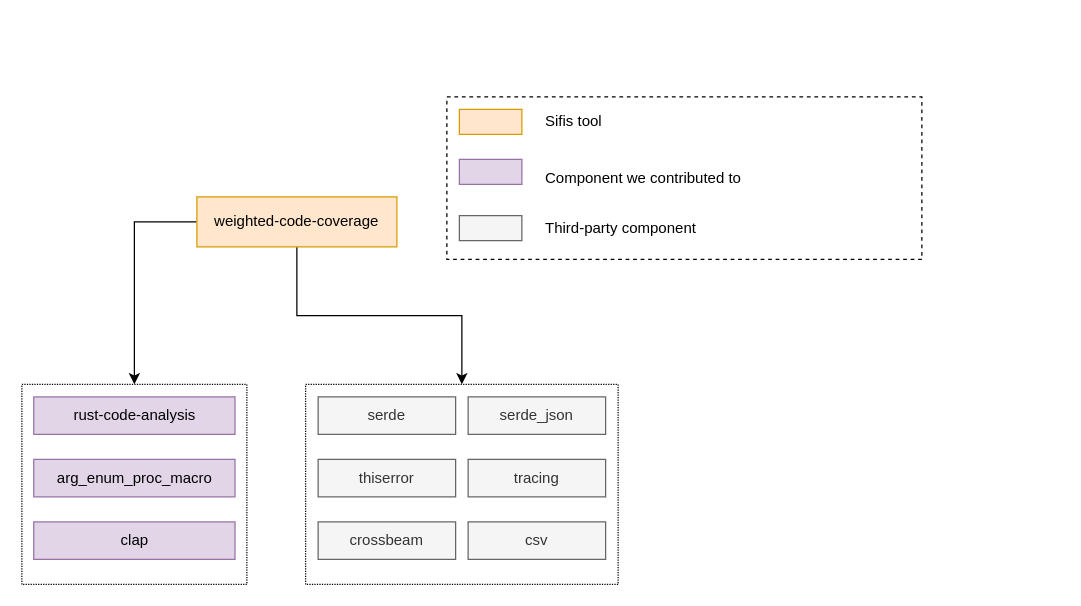
Before: wp2-deliverable-2.3/resources/weighted-code-coverage-dependencies.drawio in sifis-home/wp2-documents, a draw.io diagram. Source tidied: cells renumbered, new cells numbered last; positions are measured from the earlier drawing's top-left corner, leaving out a move shared by most shapes. Both pictures are drawn from the tidied source at 125%, with x=0, y=0 at pixel (21, 96).
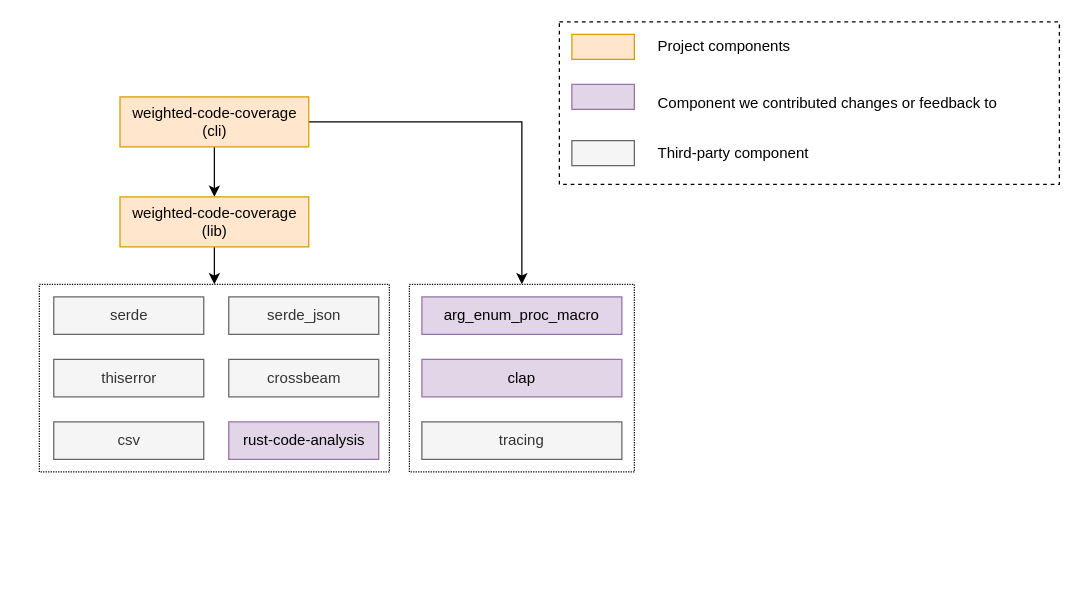
After the change.

The edit, as a diff of the source:
```diff
@@
     <mxCell id="2" style="rounded=0;whiteSpace=wrap;html=1;fillColor=none;dashed=1;dashPattern=1 1;" parent="1" vertex="1">
-      <mxGeometry y="230" width="180" height="160" as="geometry" />
+      <mxGeometry x="310" y="150" width="180" height="150" as="geometry" />
     </mxCell>
     <mxCell id="3" style="rounded=0;whiteSpace=wrap;html=1;fillColor=none;dashed=1;dashPattern=1 1;" parent="1" vertex="1">
-      <mxGeometry x="227" y="230" width="250" height="160" as="geometry" />
+      <mxGeometry x="14" y="150" width="280" height="150" as="geometry" />
     </mxCell>
     <mxCell id="4" value="rust-code-analysis" style="rounded=0;whiteSpace=wrap;html=1;fillColor=#e1d5e7;strokeColor=#9673a6;" parent="1" vertex="1">
-      <mxGeometry x="9.5" y="240" width="161" height="30" as="geometry" />
+      <mxGeometry x="165.5" y="260" width="120" height="30" as="geometry" />
     </mxCell>
     <mxCell id="5" value="serde" style="rounded=0;whiteSpace=wrap;html=1;fillColor=#f5f5f5;fontColor=#333333;strokeColor=#666666;" parent="1" vertex="1">
-      <mxGeometry x="237" y="240" width="110" height="30" as="geometry" />
+      <mxGeometry x="25.5" y="160" width="120" height="30" as="geometry" />
     </mxCell>
     <mxCell id="6" value="serde_json" style="rounded=0;whiteSpace=wrap;html=1;fillColor=#f5f5f5;fontColor=#333333;strokeColor=#666666;" parent="1" vertex="1">
-      <mxGeometry x="357" y="240" width="110" height="30" as="geometry" />
+      <mxGeometry x="165.5" y="160" width="120" height="30" as="geometry" />
     </mxCell>
     <mxCell id="7" value="tracing" style="rounded=0;whiteSpace=wrap;html=1;fillColor=#f5f5f5;fontColor=#333333;strokeColor=#666666;" parent="1" vertex="1">
-      <mxGeometry x="357" y="290" width="110" height="30" as="geometry" />
+      <mxGeometry x="320" y="260" width="160" height="30" as="geometry" />
     </mxCell>
     <mxCell id="8" value="thiserror" style="rounded=0;whiteSpace=wrap;html=1;fillColor=#f5f5f5;fontColor=#333333;strokeColor=#666666;" parent="1" vertex="1">
-      <mxGeometry x="237" y="290" width="110" height="30" as="geometry" />
+      <mxGeometry x="25.5" y="210" width="120" height="30" as="geometry" />
     </mxCell>
     <mxCell id="9" value="crossbeam" style="rounded=0;whiteSpace=wrap;html=1;fillColor=#f5f5f5;fontColor=#333333;strokeColor=#666666;" parent="1" vertex="1">
-      <mxGeometry x="237" y="340" width="110" height="30" as="geometry" />
+      <mxGeometry x="165.5" y="210" width="120" height="30" as="geometry" />
     </mxCell>
+    <mxCell id="24" style="edgeStyle=orthogonalEdgeStyle;rounded=0;jettySize=auto;html=1;exitX=0.5;exitY=1;exitDx=0;exitDy=0;entryX=0.5;entryY=0;entryDx=0;entryDy=0;" parent="1" edge="1" source="12" target="26">
+      <mxGeometry relative="1" as="geometry" />
+    </mxCell>
-    <mxCell id="10" style="edgeStyle=orthogonalEdgeStyle;rounded=0;jettySize=auto;html=1;exitX=0;exitY=0.5;exitDx=0;exitDy=0;entryX=0.5;entryY=0;entryDx=0;entryDy=0;" parent="1" edge="1" source="12" target="2">
+    <mxCell id="10" style="edgeStyle=orthogonalEdgeStyle;rounded=0;jettySize=auto;html=1;exitX=1;exitY=0.5;exitDx=0;exitDy=0;entryX=0.5;entryY=0;entryDx=0;entryDy=0;" parent="1" edge="1" source="12" target="2">
       <mxGeometry relative="1" as="geometry" />
     </mxCell>
-    <mxCell id="11" style="edgeStyle=orthogonalEdgeStyle;rounded=0;jettySize=auto;html=1;exitX=0.5;exitY=1;exitDx=0;exitDy=0;entryX=0.5;entryY=0;entryDx=0;entryDy=0;" parent="1" edge="1" source="12" target="3">
-      <mxGeometry relative="1" as="geometry" />
-    </mxCell>
-    <mxCell id="12" value="weighted-code-coverage" style="rounded=0;whiteSpace=wrap;html=1;fillColor=#ffe6cc;strokeColor=#d79b00;flipV=1;flipH=0;" parent="1" vertex="1">
-      <mxGeometry x="140" y="80" width="160" height="40" as="geometry" />
+    <mxCell id="12" value="&lt;div&gt;weighted-code-coverage&lt;br&gt;&lt;/div&gt;&lt;div&gt;(cli)&lt;/div&gt;" style="rounded=0;whiteSpace=wrap;html=1;fillColor=#ffe6cc;strokeColor=#d79b00;flipV=1;flipH=0;" parent="1" vertex="1">
+      <mxGeometry x="78.5" width="151" height="40" as="geometry" />
     </mxCell>
     <mxCell id="13" value="csv" style="rounded=0;whiteSpace=wrap;html=1;fillColor=#f5f5f5;fontColor=#333333;strokeColor=#666666;" parent="1" vertex="1">
-      <mxGeometry x="357" y="340" width="110" height="30" as="geometry" />
+      <mxGeometry x="25.5" y="260" width="120" height="30" as="geometry" />
     </mxCell>
     <mxCell id="14" value="arg_enum_proc_macro" style="rounded=0;whiteSpace=wrap;html=1;fillColor=#e1d5e7;strokeColor=#9673a6;" parent="1" vertex="1">
-      <mxGeometry x="9.5" y="290" width="161" height="30" as="geometry" />
+      <mxGeometry x="320" y="160" width="160" height="30" as="geometry" />
     </mxCell>
     <mxCell id="15" value="clap" style="rounded=0;whiteSpace=wrap;html=1;fillColor=#e1d5e7;strokeColor=#9673a6;" parent="1" vertex="1">
-      <mxGeometry x="9.5" y="340" width="161" height="30" as="geometry" />
+      <mxGeometry x="320" y="210" width="160" height="30" as="geometry" />
     </mxCell>
     <mxCell id="16" style="group;" parent="1" vertex="1">
-      <mxGeometry x="340" width="380" height="130" as="geometry" />
+      <mxGeometry x="430" y="-60" width="400" height="130" as="geometry" />
     </mxCell>
     <mxCell id="17" style="rounded=0;whiteSpace=wrap;html=1;dashed=1;fillColor=none;" parent="16" vertex="1">
-      <mxGeometry width="380" height="130" as="geometry" />
+      <mxGeometry width="400" height="130" as="geometry" />
     </mxCell>
@@
-    <mxCell id="19" value="Sifis tool" style="text;html=1;strokeColor=none;fillColor=none;align=left;verticalAlign=middle;whiteSpace=wrap;rounded=0;" parent="16" vertex="1">
+    <mxCell id="19" value="Project components" style="text;html=1;strokeColor=none;fillColor=none;align=left;verticalAlign=middle;whiteSpace=wrap;rounded=0;" parent="16" vertex="1">
       <mxGeometry x="77" y="5" width="213" height="30" as="geometry" />
     </mxCell>
@@
-    <mxCell id="21" value="Component we contributed to" style="text;html=1;strokeColor=none;fillColor=none;align=left;verticalAlign=middle;whiteSpace=wrap;rounded=0;" parent="16" vertex="1">
-      <mxGeometry x="77" y="50" width="213" height="30" as="geometry" />
+    <mxCell id="21" value="Component we contributed changes or feedback to" style="text;html=1;strokeColor=none;fillColor=none;align=left;verticalAlign=middle;whiteSpace=wrap;rounded=0;" parent="16" vertex="1">
+      <mxGeometry x="77" y="50" width="323" height="30" as="geometry" />
     </mxCell>
@@
+    <mxCell id="25" style="edgeStyle=orthogonalEdgeStyle;rounded=0;jettySize=auto;html=1;entryX=0.5;entryY=0;entryDx=0;entryDy=0;" parent="1" edge="1" source="26" target="3">
+      <mxGeometry relative="1" as="geometry" />
+    </mxCell>
+    <mxCell id="26" value="&lt;div&gt;weighted-code-coverage&lt;br&gt;&lt;/div&gt;&lt;div&gt;(lib)&lt;/div&gt;" style="rounded=0;whiteSpace=wrap;html=1;fillColor=#ffe6cc;strokeColor=#d79b00;flipV=1;flipH=0;" parent="1" vertex="1">
+      <mxGeometry x="78.5" y="80" width="151" height="40" as="geometry" />
+    </mxCell>
```
